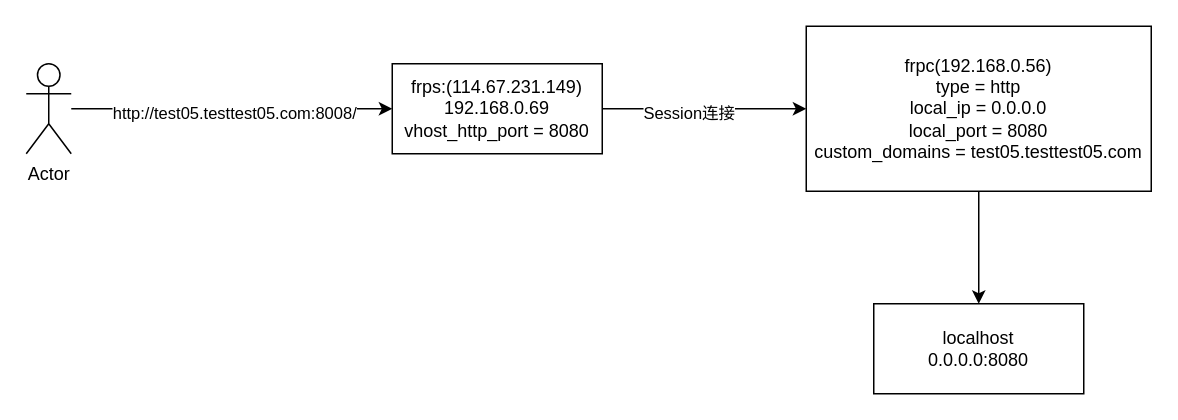
Earlier version of the draw.io diagram page "第 2 页" (2 of 2) of docs/CProxy.drawio (ebayboy/CProxy). Source tidied: cells renumbered, new cells numbered last; positions are measured from the earlier drawing's top-left corner, leaving out a move shared by most shapes. Both pictures are drawn from the tidied source at 150%, with x=0, y=0 at pixel (26, 26).
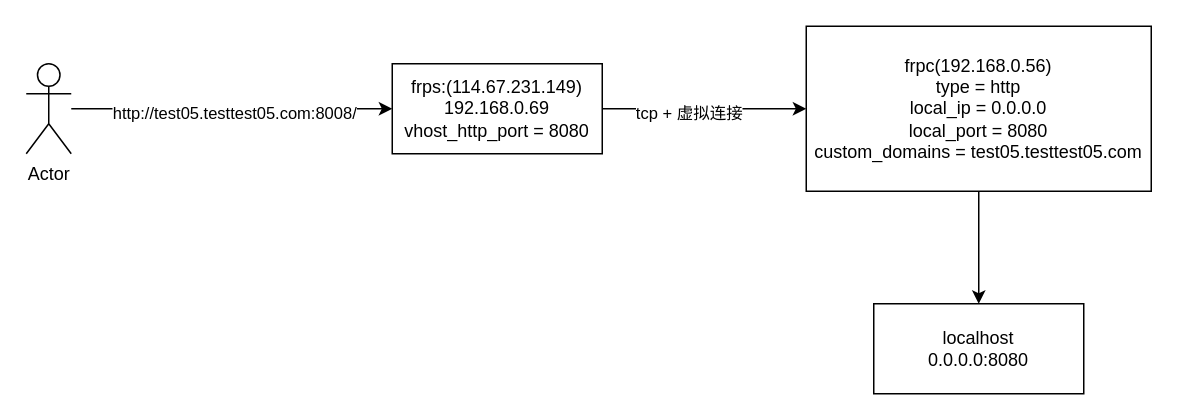
Above is the later version.

Diff of the diagram source:
```diff
@@
 <mxGraphModel>
   <root>
     <mxCell id="0" />
     <mxCell id="1" parent="0" />
     <mxCell id="2" style="edgeStyle=orthogonalEdgeStyle;rounded=0;jettySize=auto;html=1;" parent="1" edge="1" source="3" target="7">
       <mxGeometry relative="1" as="geometry" />
     </mxCell>
     <mxCell id="3" value="frpc(192.168.0.56)&lt;br&gt;&lt;div&gt;type = http&lt;/div&gt;&lt;div&gt;local_ip = 0.0.0.0&lt;/div&gt;&lt;div&gt;local_port = 8080&lt;/div&gt;&lt;div&gt;custom_domains = test05.testtest05.com&lt;/div&gt;" style="rounded=0;whiteSpace=wrap;html=1;" parent="1" vertex="1">
       <mxGeometry x="520" width="230" height="110" as="geometry" />
     </mxCell>
     <mxCell id="4" style="edgeStyle=orthogonalEdgeStyle;rounded=0;jettySize=auto;html=1;" parent="1" edge="1" source="6" target="3">
       <mxGeometry relative="1" as="geometry" />
     </mxCell>
-    <mxCell id="5" value="Session连接" style="edgeLabel;html=1;align=center;verticalAlign=middle;" parent="4" vertex="1">
+    <mxCell id="5" value="tcp + 虚拟连接" style="edgeLabel;html=1;align=center;verticalAlign=middle;" parent="4" vertex="1">
       <mxGeometry x="-0.16" y="-2" relative="1" as="geometry" />
     </mxCell>
     <mxCell id="6" value="frps:(114.67.231.149)&lt;br&gt;192.168.0.69&lt;br&gt;vhost_http_port = 8080" style="rounded=0;whiteSpace=wrap;html=1;" parent="1" vertex="1">
       <mxGeometry x="244" y="25" width="140" height="60" as="geometry" />
     </mxCell>
     <mxCell id="7" value="localhost&lt;br&gt;0.0.0.0:8080" style="rounded=0;whiteSpace=wrap;html=1;" parent="1" vertex="1">
       <mxGeometry x="565" y="185" width="140" height="60" as="geometry" />
     </mxCell>
     <mxCell id="8" style="edgeStyle=orthogonalEdgeStyle;rounded=0;jettySize=auto;html=1;entryX=0;entryY=0.5;entryDx=0;entryDy=0;" parent="1" edge="1" source="10" target="6">
       <mxGeometry relative="1" as="geometry" />
     </mxCell>
     <mxCell id="9" value="http://test05.testtest05.com:8008/" style="edgeLabel;html=1;align=center;verticalAlign=middle;" parent="8" vertex="1">
       <mxGeometry x="0.01" y="-2" relative="1" as="geometry" />
     </mxCell>
     <mxCell id="10" value="Actor" style="shape=umlActor;verticalLabelPosition=bottom;verticalAlign=top;html=1;outlineConnect=0;" parent="1" vertex="1">
       <mxGeometry y="25" width="30" height="60" as="geometry" />
     </mxCell>
   </root>
 </mxGraphModel>
```
